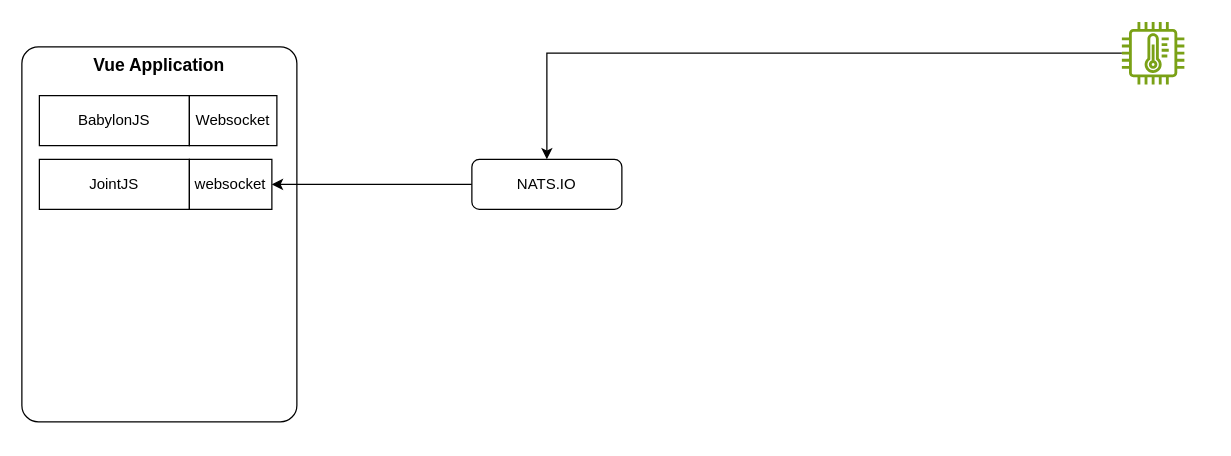
Earlier version of the draw.io diagram page "Page-1" (1 of 2) of docs/VueBoilerPlateArchitecture.drawio (Bugging-Bot/vue-enterprise-boilerplate). Source tidied: cells renumbered, new cells numbered last; positions are measured from the earlier drawing's top-left corner, leaving out a move shared by most shapes. Both pictures are drawn from the tidied source at 125%, with x=0, y=0 at pixel (21, 21).
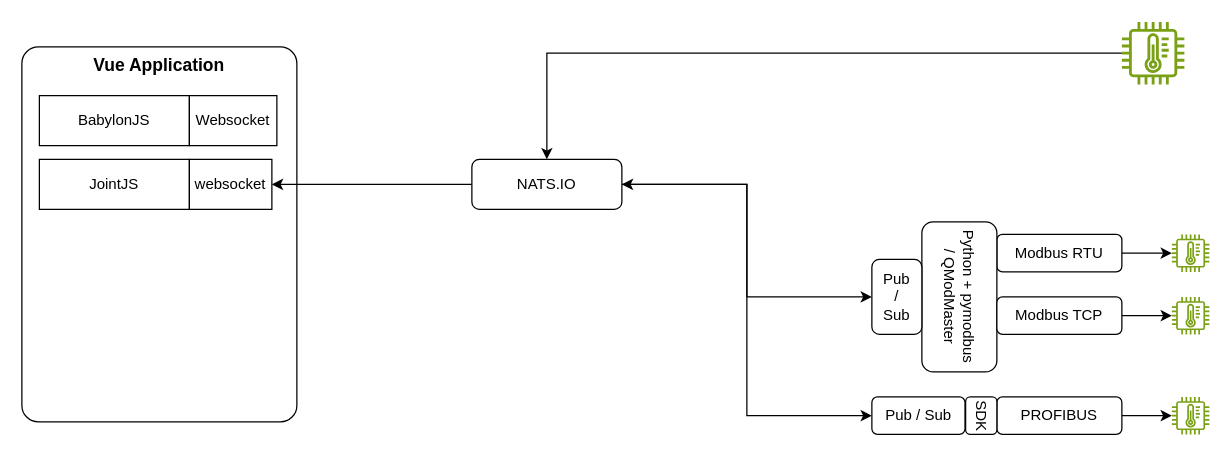
The same page after the edit.

The change refers to these unchanged cells:
```xml
<mxCell id="8" value="NATS.IO" style="rounded=1;whiteSpace=wrap;html=1;" parent="1" vertex="1">
  <mxGeometry x="360" y="110" width="120" height="40" as="geometry" />
</mxCell>
```

Diff of the diagram source:
```diff
@@
+    <mxCell id="11" style="edgeStyle=orthogonalEdgeStyle;rounded=0;jettySize=auto;html=1;entryX=0;entryY=0.5;entryDx=0;entryDy=0;startArrow=classic;startFill=1;" parent="1" edge="1" source="8" target="18">
+      <mxGeometry relative="1" as="geometry" />
+    </mxCell>
+    <mxCell id="12" style="edgeStyle=orthogonalEdgeStyle;rounded=0;jettySize=auto;html=1;entryX=0;entryY=0.5;entryDx=0;entryDy=0;" parent="1" edge="1" source="8" target="24">
+      <mxGeometry relative="1" as="geometry" />
+    </mxCell>
@@
+    <mxCell id="13" style="edgeStyle=orthogonalEdgeStyle;rounded=0;jettySize=auto;html=1;" parent="1" edge="1" source="14" target="19">
+      <mxGeometry relative="1" as="geometry" />
+    </mxCell>
+    <mxCell id="14" value="Modbus RTU" style="rounded=1;whiteSpace=wrap;html=1;" parent="1" vertex="1">
+      <mxGeometry x="780" y="170" width="100" height="30" as="geometry" />
+    </mxCell>
+    <mxCell id="15" style="edgeStyle=orthogonalEdgeStyle;rounded=0;jettySize=auto;html=1;" parent="1" edge="1" source="16" target="25">
+      <mxGeometry relative="1" as="geometry" />
+    </mxCell>
+    <mxCell id="16" value="PROFIBUS" style="rounded=1;whiteSpace=wrap;html=1;" parent="1" vertex="1">
+      <mxGeometry x="780" y="300" width="100" height="30" as="geometry" />
+    </mxCell>
+    <mxCell id="17" value="&lt;div&gt;Python + pymodbus&lt;/div&gt;&lt;div&gt;/ QModMaster&lt;/div&gt;" style="rounded=1;whiteSpace=wrap;html=1;rotation=90;" parent="1" vertex="1">
+      <mxGeometry x="690" y="190" width="120" height="60" as="geometry" />
+    </mxCell>
+    <mxCell id="18" value="Pub&lt;div&gt;/&lt;/div&gt;&lt;div&gt;Sub&lt;/div&gt;" style="rounded=1;whiteSpace=wrap;html=1;" parent="1" vertex="1">
+      <mxGeometry x="680" y="190" width="40" height="60" as="geometry" />
+    </mxCell>
+    <mxCell id="19" style="sketch=0;outlineConnect=0;fontColor=#232F3E;gradientColor=none;fillColor=#7AA116;strokeColor=none;dashed=0;verticalLabelPosition=bottom;verticalAlign=top;align=center;html=1;fontSize=12;fontStyle=0;shape=mxgraph.aws4.iot_thing_temperature_sensor;" parent="1" vertex="1">
+      <mxGeometry x="920" y="170" width="30" height="30" as="geometry" />
+    </mxCell>
+    <mxCell id="20" style="sketch=0;outlineConnect=0;fontColor=#232F3E;gradientColor=none;fillColor=#7AA116;strokeColor=none;dashed=0;verticalLabelPosition=bottom;verticalAlign=top;align=center;html=1;fontSize=12;fontStyle=0;shape=mxgraph.aws4.iot_thing_temperature_sensor;" parent="1" vertex="1">
+      <mxGeometry x="920" y="220" width="30" height="30" as="geometry" />
+    </mxCell>
+    <mxCell id="21" style="edgeStyle=orthogonalEdgeStyle;rounded=0;jettySize=auto;html=1;" parent="1" edge="1" source="22" target="20">
+      <mxGeometry relative="1" as="geometry" />
+    </mxCell>
+    <mxCell id="22" value="Modbus TCP" style="rounded=1;whiteSpace=wrap;html=1;" parent="1" vertex="1">
+      <mxGeometry x="780" y="220" width="100" height="30" as="geometry" />
+    </mxCell>
+    <mxCell id="23" value="&lt;div&gt;SDK&lt;/div&gt;" style="rounded=1;whiteSpace=wrap;html=1;rotation=90;" parent="1" vertex="1">
+      <mxGeometry x="752.5" y="302.5" width="30" height="25" as="geometry" />
+    </mxCell>
+    <mxCell id="24" value="Pub /&amp;nbsp;&lt;span style=&quot;background-color: transparent; color: light-dark(rgb(0, 0, 0), rgb(255, 255, 255));&quot;&gt;Sub&lt;/span&gt;" style="rounded=1;whiteSpace=wrap;html=1;" parent="1" vertex="1">
+      <mxGeometry x="680" y="300" width="74.5" height="30" as="geometry" />
+    </mxCell>
+    <mxCell id="25" style="sketch=0;outlineConnect=0;fontColor=#232F3E;gradientColor=none;fillColor=#7AA116;strokeColor=none;dashed=0;verticalLabelPosition=bottom;verticalAlign=top;align=center;html=1;fontSize=12;fontStyle=0;shape=mxgraph.aws4.iot_thing_temperature_sensor;" parent="1" vertex="1">
+      <mxGeometry x="920" y="300" width="30" height="30" as="geometry" />
+    </mxCell>
```
